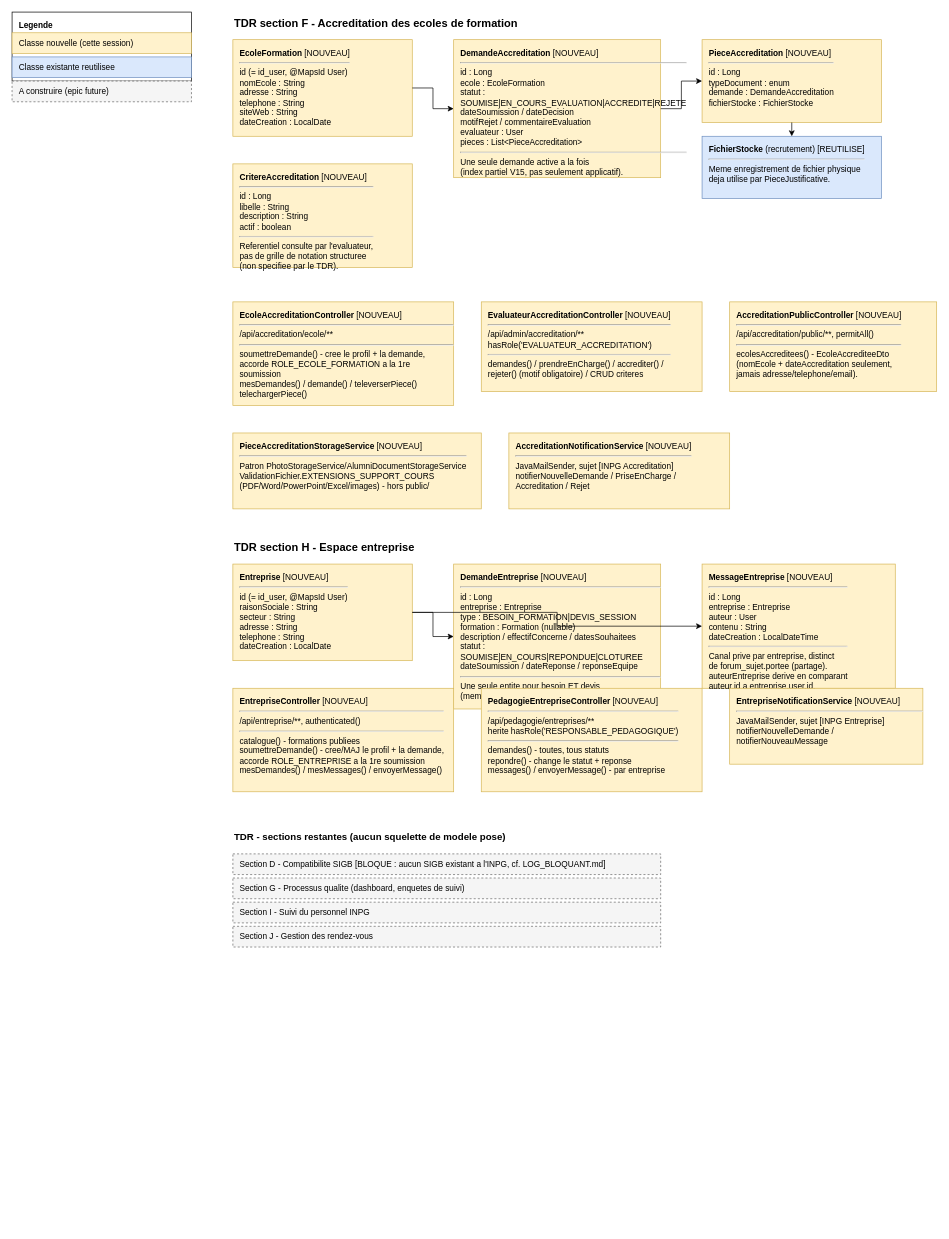
boubacarsidibe/LMS_Repo keeps this draw.io diagram as docs/uml/release-3-gouvernance-partenariats.drawio. Above is the earlier version. Source tidied: cells renumbered, new cells numbered last; positions are measured from the earlier drawing's top-left corner, leaving out a move shared by most shapes. Both pictures are drawn from the tidied source at 69%, with x=0, y=0 at pixel (12, 12).
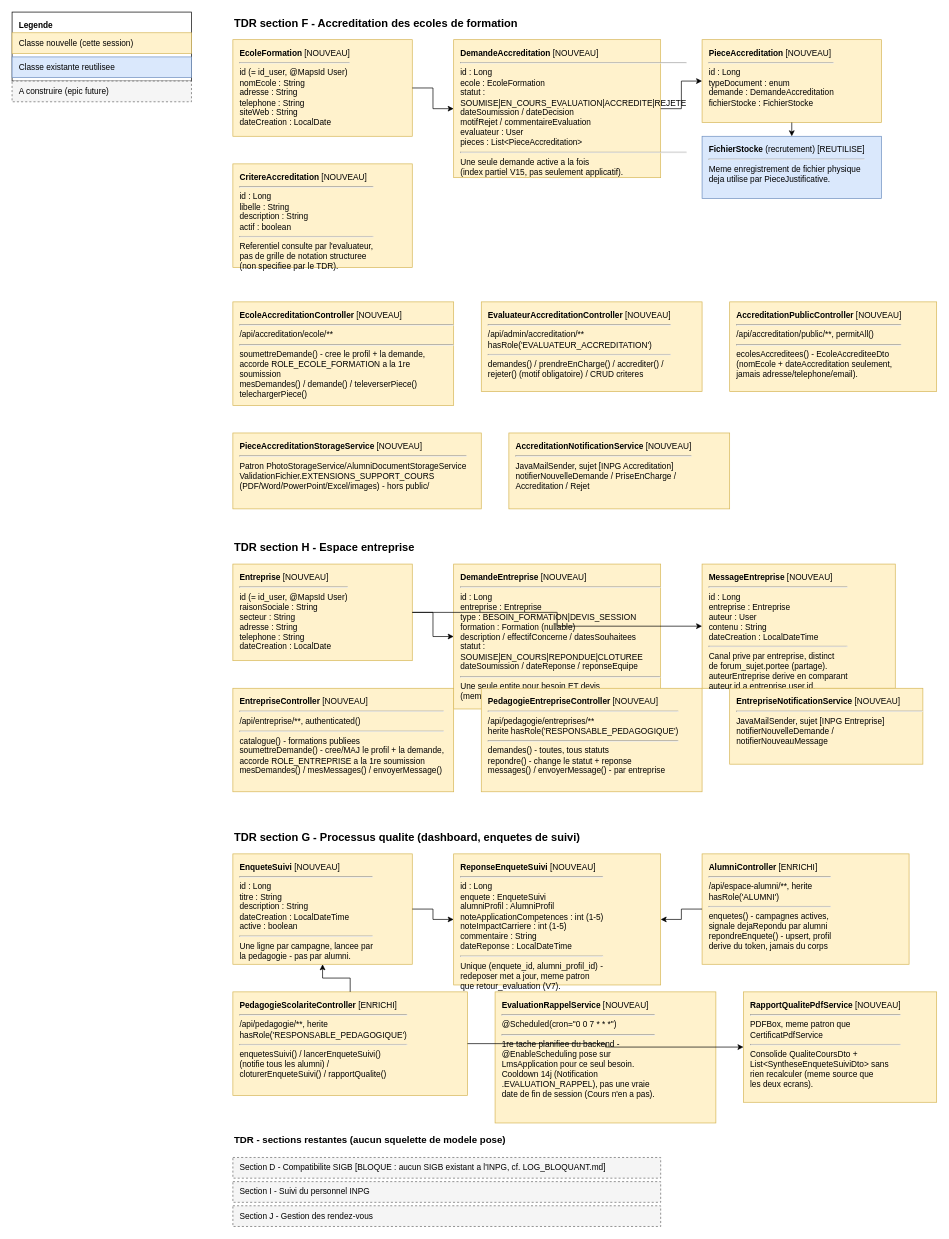
After the change.

Diff of the diagram source:
```diff
@@
+    <mxCell id="34" value="TDR section G - Processus qualite (dashboard, enquetes de suivi)" style="text;html=1;fontStyle=1;fontSize=16;align=left;" parent="1" vertex="1">
+      <mxGeometry x="320" y="1180" width="600" height="30" as="geometry" />
+    </mxCell>
+    <mxCell id="35" value="&lt;b&gt;EnqueteSuivi&lt;/b&gt; [NOUVEAU]&lt;hr&gt;id : Long&lt;br&gt;titre : String&lt;br&gt;description : String&lt;br&gt;dateCreation : LocalDateTime&lt;br&gt;active : boolean&lt;hr&gt;Une ligne par campagne, lancee par&lt;br&gt;la pedagogie - pas par alumni." style="rounded=0;whiteSpace=wrap;html=1;align=left;verticalAlign=top;spacingLeft=8;spacingTop=6;fillColor=#fff2cc;strokeColor=#d6b656;" parent="1" vertex="1">
+      <mxGeometry x="320" y="1220" width="260" height="160" as="geometry" />
+    </mxCell>
+    <mxCell id="36" value="&lt;b&gt;ReponseEnqueteSuivi&lt;/b&gt; [NOUVEAU]&lt;hr&gt;id : Long&lt;br&gt;enquete : EnqueteSuivi&lt;br&gt;alumniProfil : AlumniProfil&lt;br&gt;noteApplicationCompetences : int (1-5)&lt;br&gt;noteImpactCarriere : int (1-5)&lt;br&gt;commentaire : String&lt;br&gt;dateReponse : LocalDateTime&lt;hr&gt;Unique (enquete_id, alumni_profil_id) -&lt;br&gt;redeposer met a jour, meme patron&lt;br&gt;que retour_evaluation (V7)." style="rounded=0;whiteSpace=wrap;html=1;align=left;verticalAlign=top;spacingLeft=8;spacingTop=6;fillColor=#fff2cc;strokeColor=#d6b656;" parent="1" vertex="1">
+      <mxGeometry x="640" y="1220" width="300" height="190" as="geometry" />
+    </mxCell>
+    <mxCell id="37" value="&lt;b&gt;AlumniController&lt;/b&gt; [ENRICHI]&lt;hr&gt;/api/espace-alumni/**, herite&lt;br&gt;hasRole('ALUMNI')&lt;hr&gt;enquetes() - campagnes actives,&lt;br&gt;signale dejaRepondu par alumni&lt;br&gt;repondreEnquete() - upsert, profil&lt;br&gt;derive du token, jamais du corps" style="rounded=0;whiteSpace=wrap;html=1;align=left;verticalAlign=top;spacingLeft=8;spacingTop=6;fillColor=#fff2cc;strokeColor=#d6b656;" parent="1" vertex="1">
+      <mxGeometry x="1000" y="1220" width="300" height="160" as="geometry" />
+    </mxCell>
+    <mxCell id="38" value="&lt;b&gt;PedagogieScolariteController&lt;/b&gt; [ENRICHI]&lt;hr&gt;/api/pedagogie/**, herite&lt;br&gt;hasRole('RESPONSABLE_PEDAGOGIQUE')&lt;hr&gt;enquetesSuivi() / lancerEnqueteSuivi()&lt;br&gt;(notifie tous les alumni) /&lt;br&gt;cloturerEnqueteSuivi() / rapportQualite()" style="rounded=0;whiteSpace=wrap;html=1;align=left;verticalAlign=top;spacingLeft=8;spacingTop=6;fillColor=#fff2cc;strokeColor=#d6b656;" parent="1" vertex="1">
+      <mxGeometry x="320" y="1420" width="340" height="150" as="geometry" />
+    </mxCell>
+    <mxCell id="39" value="&lt;b&gt;EvaluationRappelService&lt;/b&gt; [NOUVEAU]&lt;hr&gt;@Scheduled(cron=&quot;0 0 7 * * *&quot;)&lt;hr&gt;1re tache planifiee du backend -&lt;br&gt;@EnableScheduling pose sur&lt;br&gt;LmsApplication pour ce seul besoin.&lt;br&gt;Cooldown 14j (Notification&lt;br&gt;.EVALUATION_RAPPEL), pas une vraie&lt;br&gt;date de fin de session (Cours n'en a pas)." style="rounded=0;whiteSpace=wrap;html=1;align=left;verticalAlign=top;spacingLeft=8;spacingTop=6;fillColor=#fff2cc;strokeColor=#d6b656;" parent="1" vertex="1">
+      <mxGeometry x="700" y="1420" width="320" height="190" as="geometry" />
+    </mxCell>
+    <mxCell id="40" value="&lt;b&gt;RapportQualitePdfService&lt;/b&gt; [NOUVEAU]&lt;hr&gt;PDFBox, meme patron que&lt;br&gt;CertificatPdfService&lt;hr&gt;Consolide QualiteCoursDto +&lt;br&gt;List&amp;lt;SyntheseEnqueteSuiviDto&amp;gt; sans&lt;br&gt;rien recalculer (meme source que&lt;br&gt;les deux ecrans)." style="rounded=0;whiteSpace=wrap;html=1;align=left;verticalAlign=top;spacingLeft=8;spacingTop=6;fillColor=#fff2cc;strokeColor=#d6b656;" parent="1" vertex="1">
+      <mxGeometry x="1060" y="1420" width="280" height="160" as="geometry" />
+    </mxCell>
+    <mxCell id="41" style="edgeStyle=orthogonalEdgeStyle;rounded=0;html=1;" parent="1" edge="1" source="35" target="36">
+      <mxGeometry relative="1" as="geometry" />
+    </mxCell>
+    <mxCell id="42" style="edgeStyle=orthogonalEdgeStyle;rounded=0;html=1;" parent="1" edge="1" source="37" target="36">
+      <mxGeometry relative="1" as="geometry" />
+    </mxCell>
+    <mxCell id="43" style="edgeStyle=orthogonalEdgeStyle;rounded=0;html=1;" parent="1" edge="1" source="38" target="35">
+      <mxGeometry relative="1" as="geometry" />
+    </mxCell>
+    <mxCell id="44" style="edgeStyle=orthogonalEdgeStyle;rounded=0;html=1;" parent="1" edge="1" source="38" target="40">
+      <mxGeometry relative="1" as="geometry" />
+    </mxCell>
     <mxCell id="29" value="TDR - sections restantes (aucun squelette de modele pose)" style="text;html=1;fontStyle=1;fontSize=14;align=left;" parent="1" vertex="1">
-      <mxGeometry x="320" y="1180" width="500" height="30" as="geometry" />
+      <mxGeometry x="320" y="1620" width="500" height="30" as="geometry" />
     </mxCell>
     <mxCell id="30" value="Section D - Compatibilite SIGB [BLOQUE : aucun SIGB existant a l'INPG, cf. LOG_BLOQUANT.md]" style="rounded=0;whiteSpace=wrap;html=1;fillColor=#f5f5f5;strokeColor=#666666;dashed=1;align=left;spacingLeft=8;" parent="1" vertex="1">
-      <mxGeometry x="320" y="1220" width="620" height="30" as="geometry" />
+      <mxGeometry x="320" y="1660" width="620" height="30" as="geometry" />
     </mxCell>
-    <mxCell id="31" value="Section G - Processus qualite (dashboard, enquetes de suivi)" style="rounded=0;whiteSpace=wrap;html=1;fillColor=#f5f5f5;strokeColor=#666666;dashed=1;align=left;spacingLeft=8;" parent="1" vertex="1">
-      <mxGeometry x="320" y="1255" width="620" height="30" as="geometry" />
-    </mxCell>
     <mxCell id="32" value="Section I - Suivi du personnel INPG" style="rounded=0;whiteSpace=wrap;html=1;fillColor=#f5f5f5;strokeColor=#666666;dashed=1;align=left;spacingLeft=8;" parent="1" vertex="1">
-      <mxGeometry x="320" y="1290" width="620" height="30" as="geometry" />
+      <mxGeometry x="320" y="1695" width="620" height="30" as="geometry" />
     </mxCell>
     <mxCell id="33" value="Section J - Gestion des rendez-vous" style="rounded=0;whiteSpace=wrap;html=1;fillColor=#f5f5f5;strokeColor=#666666;dashed=1;align=left;spacingLeft=8;" parent="1" vertex="1">
-      <mxGeometry x="320" y="1325" width="620" height="30" as="geometry" />
+      <mxGeometry x="320" y="1730" width="620" height="30" as="geometry" />
     </mxCell>
```
